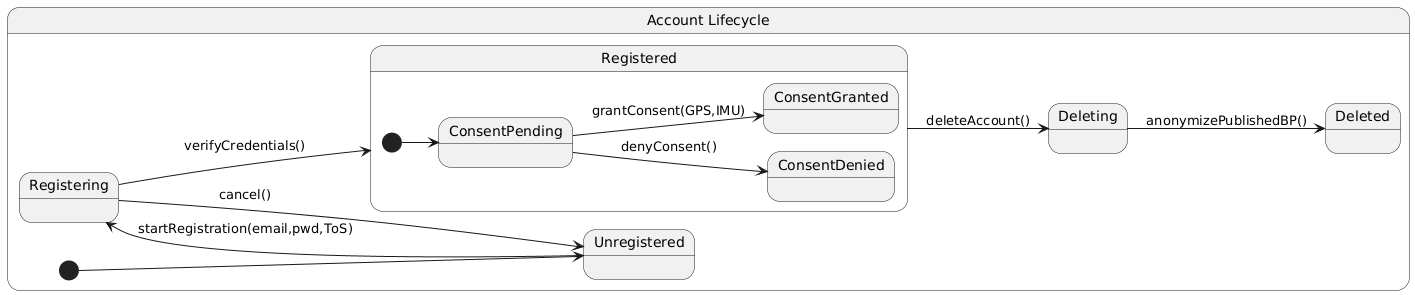
gixium/BPP-System-Design-Specification keeps this PlantUML diagram as RASD/Images/pf/1_AL.png. Above is the earlier version.
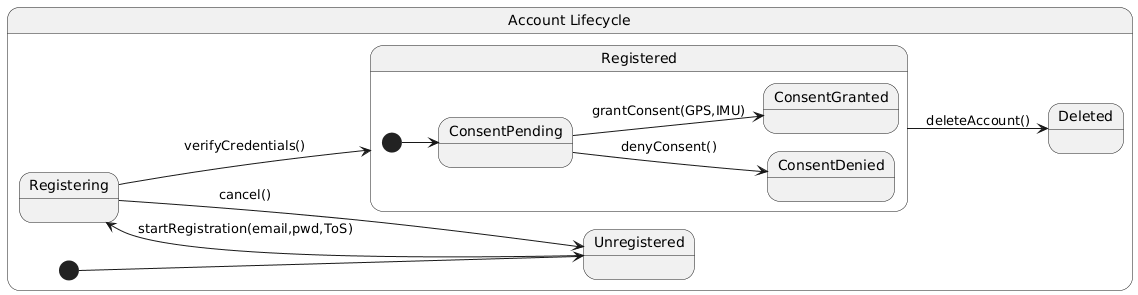
Above is the later version.

Change to the diagram source:
```diff
@@ -1,6 +1,6 @@
 @startuml
 left to right direction
-state "Account Lifecycle" as AL {
+state "Account Lifecycle" as 1_AL {
   [*] --> Unregistered
   Unregistered --> Registering : startRegistration(email,pwd,ToS)
   Registering --> Registered : verifyCredentials()
@@ -12,7 +12,6 @@
     ConsentPending --> ConsentDenied : denyConsent()
   }
 
-  Registered --> Deleting : deleteAccount()
-  Deleting --> Deleted : anonymizePublishedBP()
+  Registered --> Deleted : deleteAccount()
 }
 @enduml
```
